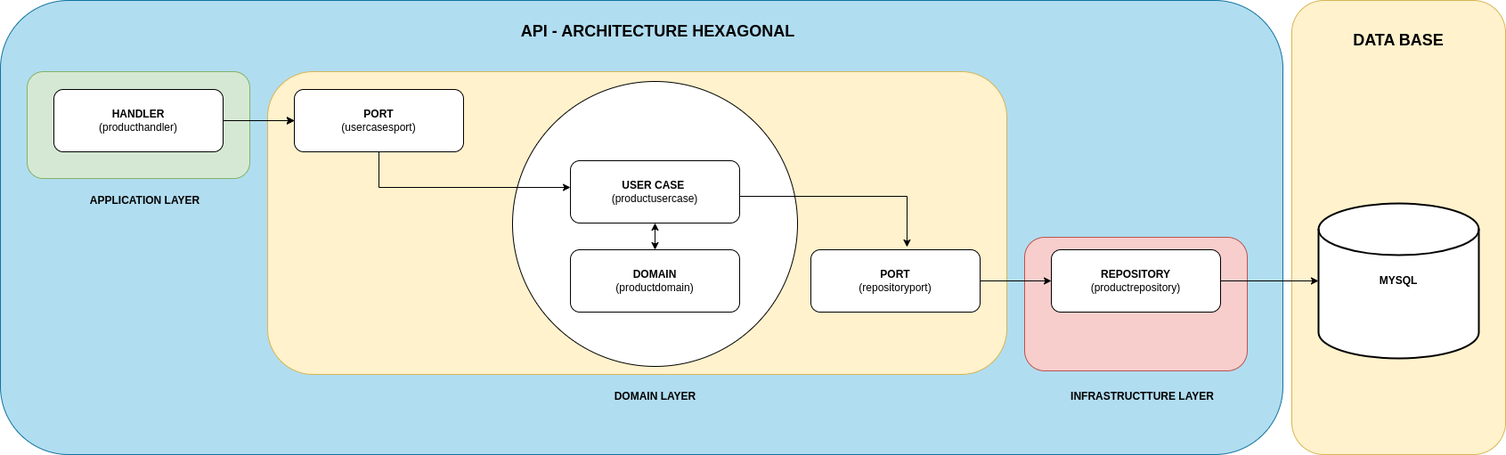
Above: docs_readme/archicture.png in ciceroednilson/ms-products-golang (draw.io), before the change. Source tidied: cells renumbered, new cells last; positions are measured from the earlier drawing's top-left corner, leaving out a move shared by most shapes.
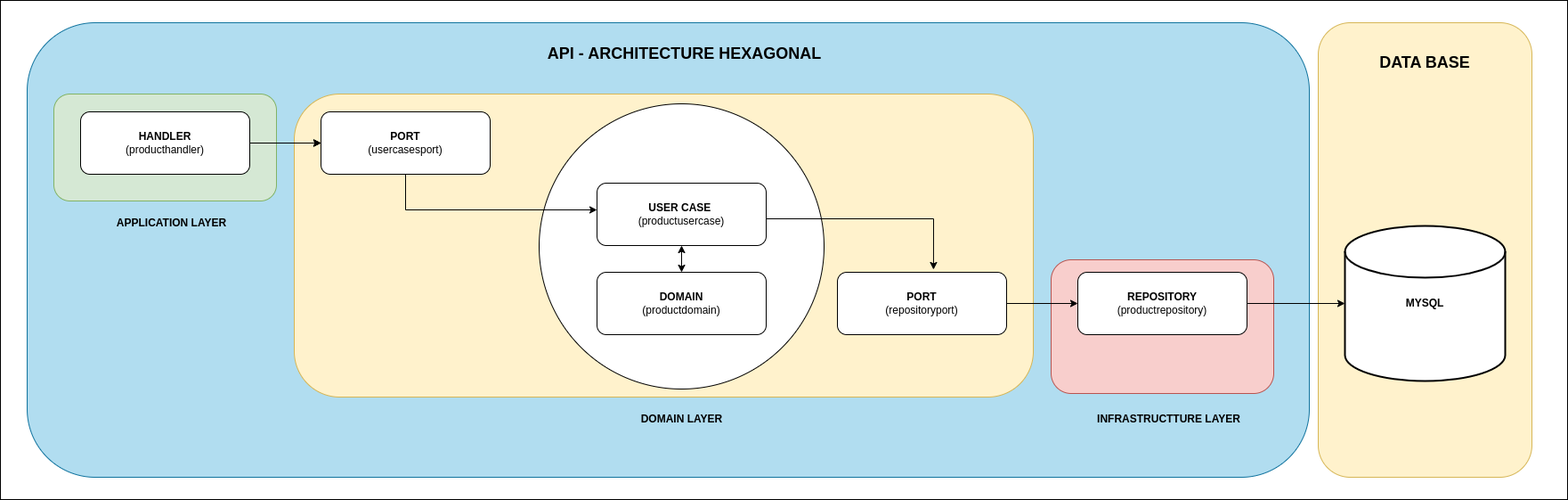
Above is the later version.

What changed in the source:
```diff
@@ -2,6 +2,9 @@
   <root>
     <mxCell id="0" />
     <mxCell id="1" parent="0" />
+    <mxCell id="28" style="rounded=0;whiteSpace=wrap;html=1;" parent="1" vertex="1">
+      <mxGeometry x="-30" y="-25" width="1760" height="560" as="geometry" />
+    </mxCell>
     <mxCell id="2" style="rounded=1;whiteSpace=wrap;html=1;fillColor=#b1ddf0;strokeColor=#10739e;" parent="1" vertex="1">
       <mxGeometry width="1440" height="510" as="geometry" />
     </mxCell>
```
